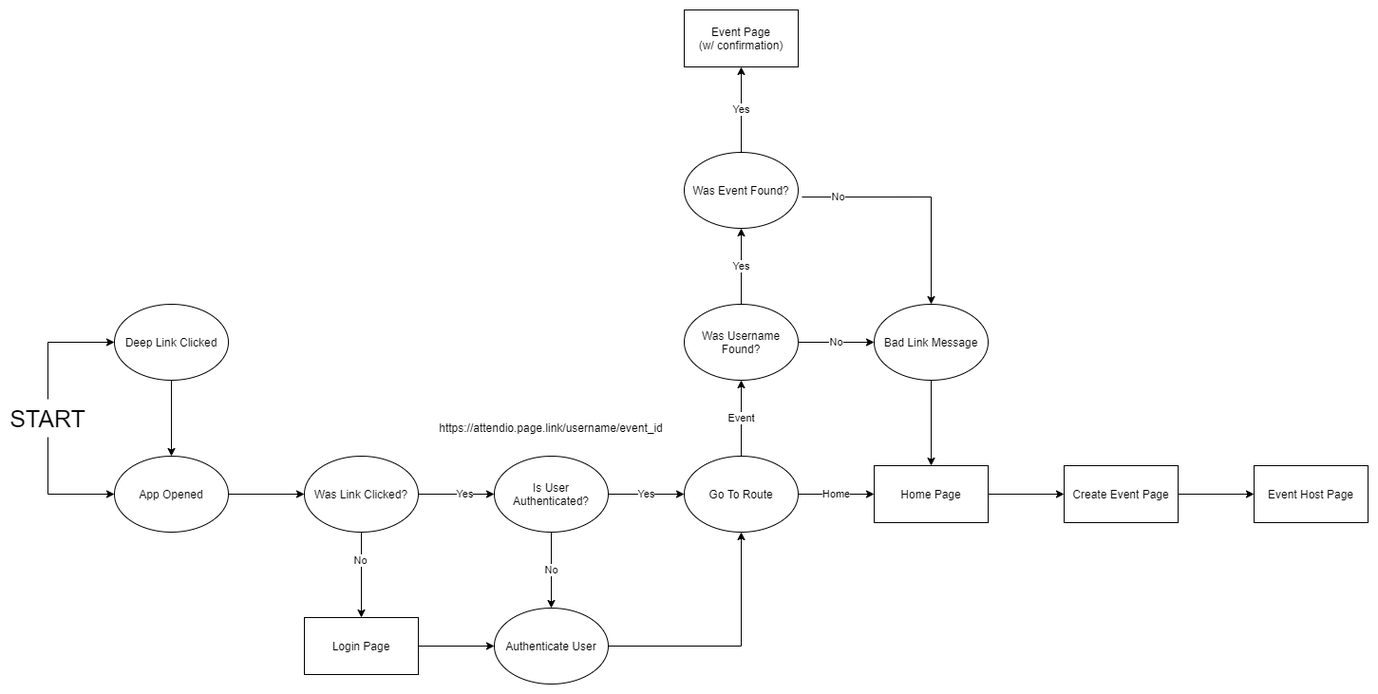
Above: Docs/Drawio/Attendio.png in attendio/attendio (draw.io), before the change. Source tidied: cells renumbered, new cells last; positions are measured from the earlier drawing's top-left corner, leaving out a move shared by most shapes. Its diagram source:
```xml
<mxGraphModel>
  <root>
    <mxCell id="0" />
    <mxCell id="1" parent="0" />
    <mxCell id="2" style="edgeStyle=orthogonalEdgeStyle;rounded=0;jettySize=auto;html=1;" parent="1" edge="1" source="3" target="31">
      <mxGeometry relative="1" as="geometry" />
    </mxCell>
    <mxCell id="3" value="Login Page" style="rounded=0;whiteSpace=wrap;html=1;" parent="1" vertex="1">
      <mxGeometry x="310" y="640" width="120" height="60" as="geometry" />
    </mxCell>
    <mxCell id="4" style="edgeStyle=orthogonalEdgeStyle;rounded=0;jettySize=auto;html=1;" parent="1" edge="1" source="5" target="20">
      <mxGeometry relative="1" as="geometry" />
    </mxCell>
    <mxCell id="5" value="Home Page" style="rounded=0;whiteSpace=wrap;html=1;" parent="1" vertex="1">
      <mxGeometry x="910" y="480" width="120" height="60" as="geometry" />
    </mxCell>
    <mxCell id="6" value="Event Page&lt;br&gt;(w/ confirmation)" style="rounded=0;whiteSpace=wrap;html=1;" parent="1" vertex="1">
      <mxGeometry x="710" width="120" height="60" as="geometry" />
    </mxCell>
    <mxCell id="7" value="Event Host Page" style="rounded=0;whiteSpace=wrap;html=1;" parent="1" vertex="1">
      <mxGeometry x="1310" y="480" width="120" height="60" as="geometry" />
    </mxCell>
    <mxCell id="8" value="Deep Link Clicked" style="ellipse;whiteSpace=wrap;html=1;fillColor=#FFFFFF;" parent="1" vertex="1">
      <mxGeometry x="110" y="310" width="120" height="80" as="geometry" />
    </mxCell>
    <mxCell id="9" value="App Opened" style="ellipse;whiteSpace=wrap;html=1;fillColor=#FFFFFF;" parent="1" vertex="1">
      <mxGeometry x="110" y="470" width="120" height="80" as="geometry" />
    </mxCell>
    <mxCell id="10" value="No" style="edgeStyle=orthogonalEdgeStyle;rounded=0;jettySize=auto;html=1;" parent="1" edge="1" source="12" target="31">
      <mxGeometry relative="1" as="geometry" />
    </mxCell>
    <mxCell id="11" value="Yes" style="edgeStyle=orthogonalEdgeStyle;rounded=0;jettySize=auto;html=1;" parent="1" edge="1" source="12" target="34">
      <mxGeometry relative="1" as="geometry" />
    </mxCell>
    <mxCell id="12" value="Is User Authenticated?" style="ellipse;whiteSpace=wrap;html=1;" parent="1" vertex="1">
      <mxGeometry x="510" y="470" width="120" height="80" as="geometry" />
    </mxCell>
    <mxCell id="13" value="Yes" style="edgeStyle=orthogonalEdgeStyle;rounded=0;jettySize=auto;html=1;" parent="1" edge="1" source="14" target="12">
      <mxGeometry x="0.23" relative="1" as="geometry" />
    </mxCell>
    <mxCell id="14" value="Was Link Clicked?" style="ellipse;whiteSpace=wrap;html=1;" parent="1" vertex="1">
      <mxGeometry x="310" y="470" width="120" height="80" as="geometry" />
    </mxCell>
    <mxCell id="15" style="endArrow=classic;html=1;exitX=0.5;exitY=1;exitDx=0;exitDy=0;entryX=0.5;entryY=0;entryDx=0;entryDy=0;fillColor=#66FFB3;" parent="1" edge="1" source="8" target="9">
      <mxGeometry relative="1" as="geometry" />
    </mxCell>
    <mxCell id="16" style="endArrow=classic;html=1;exitX=1;exitY=0.5;exitDx=0;exitDy=0;entryX=0;entryY=0.5;entryDx=0;entryDy=0;" parent="1" edge="1" source="9" target="14">
      <mxGeometry relative="1" as="geometry" />
    </mxCell>
    <mxCell id="17" style="endArrow=classic;html=1;exitX=0.5;exitY=1;exitDx=0;exitDy=0;entryX=0.5;entryY=0;entryDx=0;entryDy=0;" parent="1" edge="1" source="14" target="3">
      <mxGeometry relative="1" as="geometry" />
    </mxCell>
    <mxCell id="18" value="No" style="edgeLabel;html=1;align=center;verticalAlign=middle;" parent="17" vertex="1">
      <mxGeometry x="-0.35" y="-2" relative="1" as="geometry" />
    </mxCell>
    <mxCell id="19" style="edgeStyle=orthogonalEdgeStyle;rounded=0;jettySize=auto;html=1;" parent="1" edge="1" source="20" target="7">
      <mxGeometry relative="1" as="geometry" />
    </mxCell>
    <mxCell id="20" value="Create Event Page" style="rounded=0;whiteSpace=wrap;html=1;" parent="1" vertex="1">
      <mxGeometry x="1110" y="480" width="120" height="60" as="geometry" />
    </mxCell>
    <mxCell id="21" value="Yes" style="edgeStyle=orthogonalEdgeStyle;rounded=0;jettySize=auto;html=1;" parent="1" edge="1" source="23" target="26">
      <mxGeometry relative="1" as="geometry" />
    </mxCell>
    <mxCell id="22" value="No" style="edgeStyle=orthogonalEdgeStyle;rounded=0;jettySize=auto;html=1;entryX=0;entryY=0.5;entryDx=0;entryDy=0;" parent="1" edge="1" source="23" target="29">
      <mxGeometry relative="1" as="geometry" />
    </mxCell>
    <mxCell id="23" value="Was Username Found?" style="ellipse;whiteSpace=wrap;html=1;" parent="1" vertex="1">
      <mxGeometry x="710" y="310" width="120" height="80" as="geometry" />
    </mxCell>
    <mxCell id="24" value="Yes" style="edgeStyle=orthogonalEdgeStyle;rounded=0;jettySize=auto;html=1;" parent="1" edge="1" source="26" target="6">
      <mxGeometry relative="1" as="geometry" />
    </mxCell>
    <mxCell id="25" value="No" style="edgeStyle=orthogonalEdgeStyle;rounded=0;jettySize=auto;html=1;entryX=0.5;entryY=0;entryDx=0;entryDy=0;exitX=1.033;exitY=0.588;exitDx=0;exitDy=0;exitPerimeter=0;" parent="1" edge="1" source="26" target="29">
      <mxGeometry x="-0.69" relative="1" as="geometry" />
    </mxCell>
    <mxCell id="26" value="Was Event Found?" style="ellipse;whiteSpace=wrap;html=1;" parent="1" vertex="1">
      <mxGeometry x="710" y="150" width="120" height="80" as="geometry" />
    </mxCell>
    <mxCell id="27" value="https://attendio.page.link/username/event_id" style="text;html=1;strokeColor=none;fillColor=none;align=center;verticalAlign=middle;whiteSpace=wrap;rounded=0;" parent="1" vertex="1">
      <mxGeometry x="430" y="430" width="280" height="20" as="geometry" />
    </mxCell>
    <mxCell id="28" style="edgeStyle=orthogonalEdgeStyle;rounded=0;jettySize=auto;html=1;" parent="1" edge="1" source="29" target="5">
      <mxGeometry relative="1" as="geometry" />
    </mxCell>
    <mxCell id="29" value="Bad Link Message" style="ellipse;whiteSpace=wrap;html=1;" parent="1" vertex="1">
      <mxGeometry x="910" y="310" width="120" height="80" as="geometry" />
    </mxCell>
    <mxCell id="30" style="edgeStyle=orthogonalEdgeStyle;rounded=0;jettySize=auto;html=1;" parent="1" edge="1" source="31" target="34">
      <mxGeometry relative="1" as="geometry" />
    </mxCell>
    <mxCell id="31" value="Authenticate User" style="ellipse;whiteSpace=wrap;html=1;" parent="1" vertex="1">
      <mxGeometry x="510" y="630" width="120" height="80" as="geometry" />
    </mxCell>
    <mxCell id="32" value="Event" style="edgeStyle=orthogonalEdgeStyle;rounded=0;jettySize=auto;html=1;" parent="1" edge="1" source="34" target="23">
      <mxGeometry relative="1" as="geometry" />
    </mxCell>
    <mxCell id="33" value="Home" style="edgeStyle=orthogonalEdgeStyle;rounded=0;jettySize=auto;html=1;" parent="1" edge="1" source="34" target="5">
      <mxGeometry relative="1" as="geometry" />
    </mxCell>
    <mxCell id="34" value="Go To Route" style="ellipse;whiteSpace=wrap;html=1;" parent="1" vertex="1">
      <mxGeometry x="710" y="470" width="120" height="80" as="geometry" />
    </mxCell>
    <mxCell id="35" style="edgeStyle=orthogonalEdgeStyle;rounded=0;jettySize=auto;html=1;fontSize=25;entryX=0;entryY=0.5;entryDx=0;entryDy=0;exitX=0.5;exitY=0;exitDx=0;exitDy=0;" parent="1" edge="1" source="37" target="8">
      <mxGeometry relative="1" as="geometry" />
    </mxCell>
    <mxCell id="36" style="edgeStyle=orthogonalEdgeStyle;rounded=0;jettySize=auto;html=1;fontSize=25;entryX=0;entryY=0.5;entryDx=0;entryDy=0;exitX=0.5;exitY=1;exitDx=0;exitDy=0;" parent="1" edge="1" source="37" target="9">
      <mxGeometry relative="1" as="geometry" />
    </mxCell>
    <mxCell id="37" value="START" style="text;html=1;strokeColor=none;fillColor=none;align=center;verticalAlign=middle;whiteSpace=wrap;rounded=0;fontSize=25;" parent="1" vertex="1">
      <mxGeometry y="410" width="80" height="40" as="geometry" />
    </mxCell>
  </root>
</mxGraphModel>
```
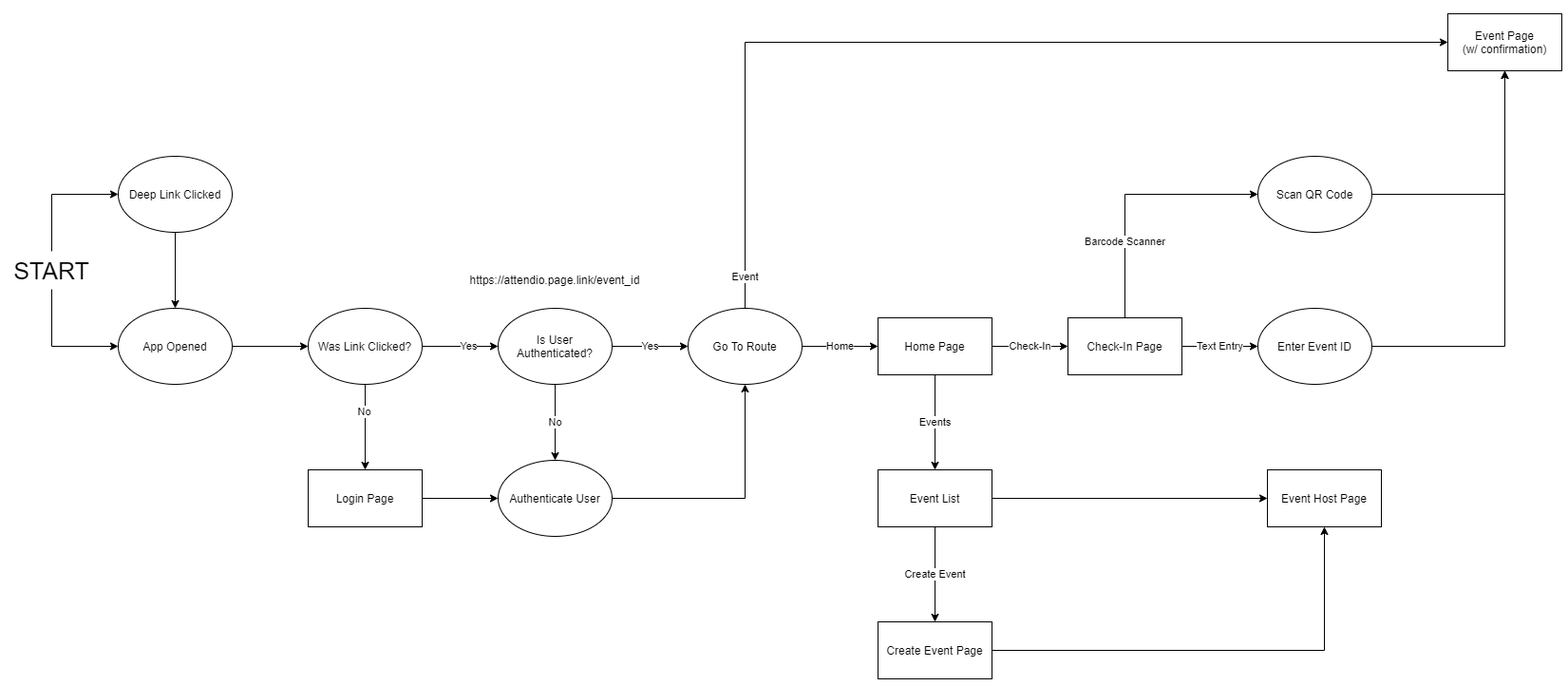
After the commit.

The edit, as a diff of the source:
```diff
@@ -8,17 +8,17 @@
     <mxCell id="3" value="Login Page" style="rounded=0;whiteSpace=wrap;html=1;" parent="1" vertex="1">
       <mxGeometry x="310" y="640" width="120" height="60" as="geometry" />
     </mxCell>
-    <mxCell id="4" style="edgeStyle=orthogonalEdgeStyle;rounded=0;jettySize=auto;html=1;" parent="1" edge="1" source="5" target="20">
-      <mxGeometry relative="1" as="geometry" />
-    </mxCell>
+    <mxCell id="38" value="Events" style="edgeStyle=orthogonalEdgeStyle;rounded=0;jettySize=auto;html=1;" parent="1" edge="1" source="5" target="42">
+      <mxGeometry relative="1" as="geometry" />
+    </mxCell>
+    <mxCell id="39" value="Check-In" style="edgeStyle=orthogonalEdgeStyle;rounded=0;jettySize=auto;html=1;" parent="1" edge="1" source="5" target="47">
+      <mxGeometry relative="1" as="geometry" />
+    </mxCell>
     <mxCell id="5" value="Home Page" style="rounded=0;whiteSpace=wrap;html=1;" parent="1" vertex="1">
       <mxGeometry x="910" y="480" width="120" height="60" as="geometry" />
     </mxCell>
-    <mxCell id="6" value="Event Page&lt;br&gt;(w/ confirmation)" style="rounded=0;whiteSpace=wrap;html=1;" parent="1" vertex="1">
-      <mxGeometry x="710" width="120" height="60" as="geometry" />
-    </mxCell>
     <mxCell id="7" value="Event Host Page" style="rounded=0;whiteSpace=wrap;html=1;" parent="1" vertex="1">
-      <mxGeometry x="1310" y="480" width="120" height="60" as="geometry" />
+      <mxGeometry x="1320" y="640" width="120" height="60" as="geometry" />
     </mxCell>
     <mxCell id="8" value="Deep Link Clicked" style="ellipse;whiteSpace=wrap;html=1;fillColor=#FFFFFF;" parent="1" vertex="1">
       <mxGeometry x="110" y="310" width="120" height="80" as="geometry" />
@@ -57,47 +57,27 @@
       <mxGeometry relative="1" as="geometry" />
     </mxCell>
     <mxCell id="20" value="Create Event Page" style="rounded=0;whiteSpace=wrap;html=1;" parent="1" vertex="1">
-      <mxGeometry x="1110" y="480" width="120" height="60" as="geometry" />
+      <mxGeometry x="910" y="800" width="120" height="60" as="geometry" />
     </mxCell>
-    <mxCell id="21" value="Yes" style="edgeStyle=orthogonalEdgeStyle;rounded=0;jettySize=auto;html=1;" parent="1" edge="1" source="23" target="26">
-      <mxGeometry relative="1" as="geometry" />
-    </mxCell>
-    <mxCell id="22" value="No" style="edgeStyle=orthogonalEdgeStyle;rounded=0;jettySize=auto;html=1;entryX=0;entryY=0.5;entryDx=0;entryDy=0;" parent="1" edge="1" source="23" target="29">
-      <mxGeometry relative="1" as="geometry" />
-    </mxCell>
-    <mxCell id="23" value="Was Username Found?" style="ellipse;whiteSpace=wrap;html=1;" parent="1" vertex="1">
-      <mxGeometry x="710" y="310" width="120" height="80" as="geometry" />
-    </mxCell>
-    <mxCell id="24" value="Yes" style="edgeStyle=orthogonalEdgeStyle;rounded=0;jettySize=auto;html=1;" parent="1" edge="1" source="26" target="6">
-      <mxGeometry relative="1" as="geometry" />
-    </mxCell>
-    <mxCell id="25" value="No" style="edgeStyle=orthogonalEdgeStyle;rounded=0;jettySize=auto;html=1;entryX=0.5;entryY=0;entryDx=0;entryDy=0;exitX=1.033;exitY=0.588;exitDx=0;exitDy=0;exitPerimeter=0;" parent="1" edge="1" source="26" target="29">
-      <mxGeometry x="-0.69" relative="1" as="geometry" />
-    </mxCell>
-    <mxCell id="26" value="Was Event Found?" style="ellipse;whiteSpace=wrap;html=1;" parent="1" vertex="1">
-      <mxGeometry x="710" y="150" width="120" height="80" as="geometry" />
-    </mxCell>
-    <mxCell id="27" value="https://attendio.page.link/username/event_id" style="text;html=1;strokeColor=none;fillColor=none;align=center;verticalAlign=middle;whiteSpace=wrap;rounded=0;" parent="1" vertex="1">
+    <mxCell id="27" value="https://attendio.page.link/event_id" style="text;html=1;strokeColor=none;fillColor=none;align=center;verticalAlign=middle;whiteSpace=wrap;rounded=0;" parent="1" vertex="1">
       <mxGeometry x="430" y="430" width="280" height="20" as="geometry" />
     </mxCell>
-    <mxCell id="28" style="edgeStyle=orthogonalEdgeStyle;rounded=0;jettySize=auto;html=1;" parent="1" edge="1" source="29" target="5">
-      <mxGeometry relative="1" as="geometry" />
-    </mxCell>
-    <mxCell id="29" value="Bad Link Message" style="ellipse;whiteSpace=wrap;html=1;" parent="1" vertex="1">
-      <mxGeometry x="910" y="310" width="120" height="80" as="geometry" />
-    </mxCell>
     <mxCell id="30" style="edgeStyle=orthogonalEdgeStyle;rounded=0;jettySize=auto;html=1;" parent="1" edge="1" source="31" target="34">
       <mxGeometry relative="1" as="geometry" />
     </mxCell>
     <mxCell id="31" value="Authenticate User" style="ellipse;whiteSpace=wrap;html=1;" parent="1" vertex="1">
       <mxGeometry x="510" y="630" width="120" height="80" as="geometry" />
     </mxCell>
+    <mxCell id="33" value="Home" style="edgeStyle=orthogonalEdgeStyle;rounded=0;jettySize=auto;html=1;" parent="1" edge="1" source="34" target="5">
+      <mxGeometry relative="1" as="geometry" />
+    </mxCell>
-    <mxCell id="32" value="Event" style="edgeStyle=orthogonalEdgeStyle;rounded=0;jettySize=auto;html=1;" parent="1" edge="1" source="34" target="23">
-      <mxGeometry relative="1" as="geometry" />
+    <mxCell id="32" value="Event" style="edgeStyle=orthogonalEdgeStyle;rounded=0;jettySize=auto;html=1;" parent="1" edge="1" source="34" target="6">
+      <mxGeometry x="-0.94" relative="1" as="geometry">
+        <Array as="points">
+          <mxPoint x="770" y="190" />
+        </Array>
+      </mxGeometry>
     </mxCell>
-    <mxCell id="33" value="Home" style="edgeStyle=orthogonalEdgeStyle;rounded=0;jettySize=auto;html=1;" parent="1" edge="1" source="34" target="5">
-      <mxGeometry relative="1" as="geometry" />
-    </mxCell>
     <mxCell id="34" value="Go To Route" style="ellipse;whiteSpace=wrap;html=1;" parent="1" vertex="1">
       <mxGeometry x="710" y="470" width="120" height="80" as="geometry" />
     </mxCell>
@@ -110,5 +90,42 @@
     <mxCell id="37" value="START" style="text;html=1;strokeColor=none;fillColor=none;align=center;verticalAlign=middle;whiteSpace=wrap;rounded=0;fontSize=25;" parent="1" vertex="1">
       <mxGeometry y="410" width="80" height="40" as="geometry" />
     </mxCell>
+    <mxCell id="40" style="edgeStyle=orthogonalEdgeStyle;rounded=0;jettySize=auto;html=1;" parent="1" edge="1" source="42" target="7">
+      <mxGeometry relative="1" as="geometry" />
+    </mxCell>
+    <mxCell id="41" value="Create Event" style="edgeStyle=orthogonalEdgeStyle;rounded=0;jettySize=auto;html=1;" parent="1" edge="1" source="42" target="20">
+      <mxGeometry relative="1" as="geometry" />
+    </mxCell>
+    <mxCell id="42" value="Event List" style="whiteSpace=wrap;html=1;rounded=0;" parent="1" vertex="1">
+      <mxGeometry x="910" y="640" width="120" height="60" as="geometry" />
+    </mxCell>
+    <mxCell id="6" value="&lt;span&gt;Event Page&lt;/span&gt;&lt;br&gt;&lt;span&gt;(w/ confirmation)&lt;/span&gt;" style="whiteSpace=wrap;html=1;" parent="1" vertex="1">
+      <mxGeometry x="1510" y="160" width="120" height="60" as="geometry" />
+    </mxCell>
+    <mxCell id="43" style="edgeStyle=orthogonalEdgeStyle;rounded=0;jettySize=auto;html=1;entryX=0.5;entryY=1;entryDx=0;entryDy=0;" parent="1" edge="1" source="44" target="6">
+      <mxGeometry relative="1" as="geometry" />
+    </mxCell>
+    <mxCell id="44" value="Scan QR Code" style="ellipse;whiteSpace=wrap;html=1;" parent="1" vertex="1">
+      <mxGeometry x="1310" y="310" width="120" height="80" as="geometry" />
+    </mxCell>
+    <mxCell id="45" value="Text Entry" style="edgeStyle=orthogonalEdgeStyle;rounded=0;jettySize=auto;html=1;" parent="1" edge="1" source="47" target="49">
+      <mxGeometry relative="1" as="geometry" />
+    </mxCell>
+    <mxCell id="46" value="Barcode Scanner" style="edgeStyle=orthogonalEdgeStyle;rounded=0;jettySize=auto;html=1;entryX=0;entryY=0.5;entryDx=0;entryDy=0;" parent="1" edge="1" source="47" target="44">
+      <mxGeometry x="-0.41" relative="1" as="geometry">
+        <Array as="points">
+          <mxPoint x="1170" y="350" />
+        </Array>
+      </mxGeometry>
+    </mxCell>
+    <mxCell id="47" value="Check-In Page" style="whiteSpace=wrap;html=1;rounded=0;" parent="1" vertex="1">
+      <mxGeometry x="1110" y="480" width="120" height="60" as="geometry" />
+    </mxCell>
+    <mxCell id="48" style="edgeStyle=orthogonalEdgeStyle;rounded=0;jettySize=auto;html=1;entryX=0.5;entryY=1;entryDx=0;entryDy=0;" parent="1" edge="1" source="49" target="6">
+      <mxGeometry relative="1" as="geometry" />
+    </mxCell>
+    <mxCell id="49" value="Enter Event ID" style="ellipse;whiteSpace=wrap;html=1;rounded=0;" parent="1" vertex="1">
+      <mxGeometry x="1310" y="470" width="120" height="80" as="geometry" />
+    </mxCell>
   </root>
 </mxGraphModel>
```
